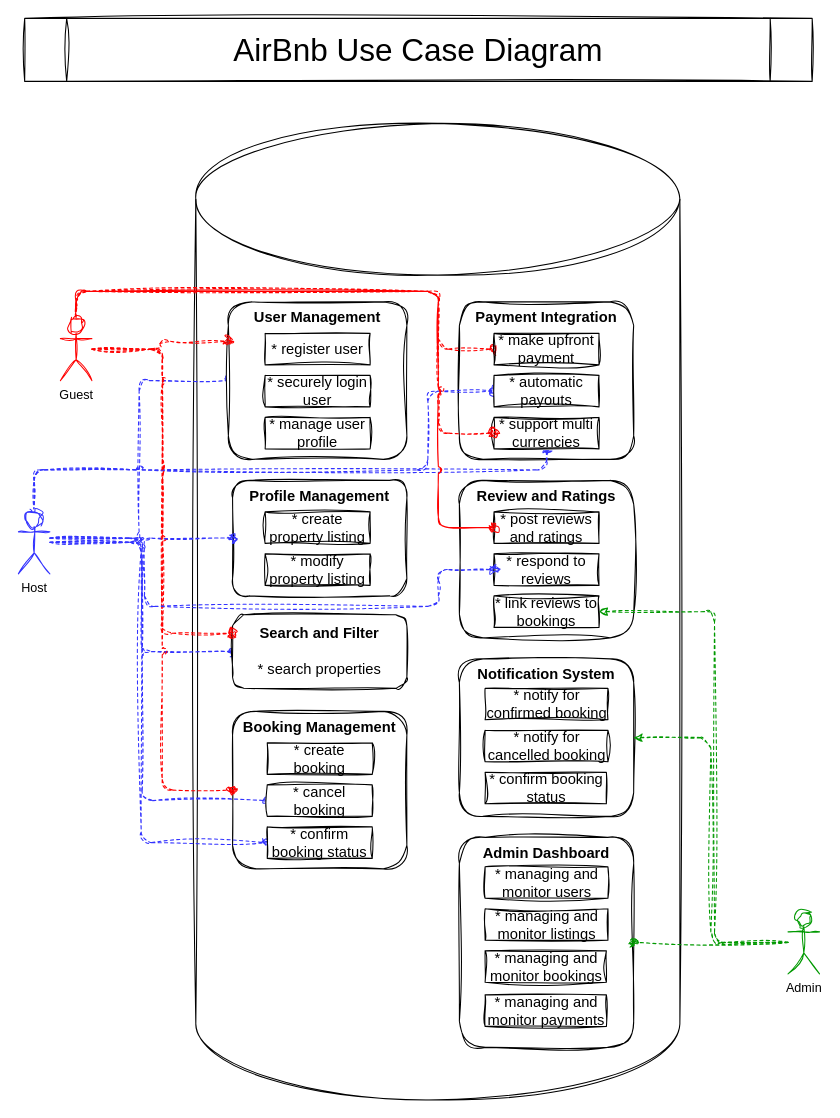
Before: use-case-diagram/airbnb-use-case.drawio in drkyuka/alx-airbnb-project-documentation, a draw.io diagram. Source tidied: cells renumbered, new cells numbered last; positions are measured from the earlier drawing's top-left corner, leaving out a move shared by most shapes. Both pictures are drawn from the tidied source at 105%, with x=0, y=0 at pixel (18, 18).
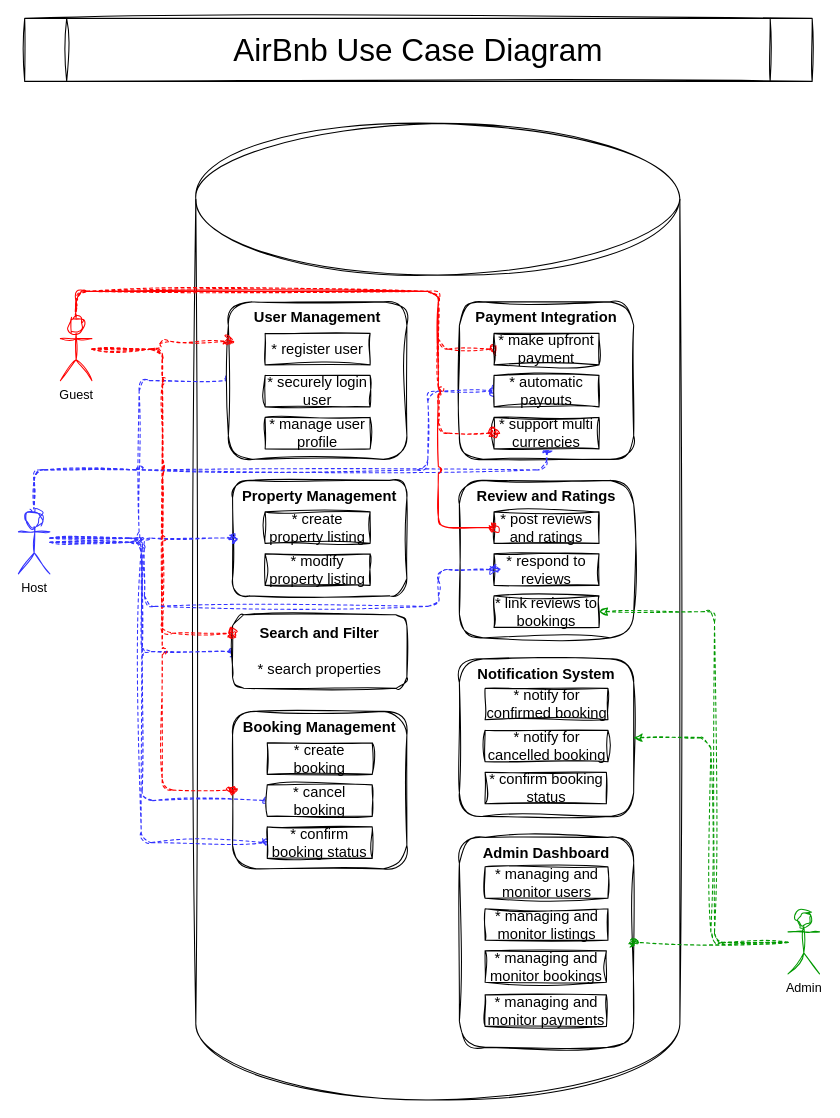
Above is the later version.

Commit message (it also covers changes not shown here):
updated flow chart

Change to the diagram source:
```diff
@@
-    <mxCell id="5" value="&lt;b&gt;Profile Management&lt;/b&gt;&lt;div&gt;&lt;br&gt;&lt;/div&gt;&lt;div&gt;&lt;br&gt;&lt;/div&gt;&lt;div&gt;&lt;br&gt;&lt;/div&gt;" style="rounded=1;whiteSpace=wrap;html=1;fontSize=14;verticalAlign=top;sketch=1;curveFitting=1;jiggle=2;" parent="1" vertex="1">
+    <mxCell id="5" value="&lt;b&gt;Property Management&lt;/b&gt;&lt;div&gt;&lt;br&gt;&lt;/div&gt;&lt;div&gt;&lt;br&gt;&lt;/div&gt;&lt;div&gt;&lt;br&gt;&lt;/div&gt;" style="rounded=1;whiteSpace=wrap;html=1;fontSize=14;verticalAlign=top;sketch=1;curveFitting=1;jiggle=2;" parent="1" vertex="1">
       <mxGeometry x="204" y="440" width="166" height="110" as="geometry" />
     </mxCell>
```
